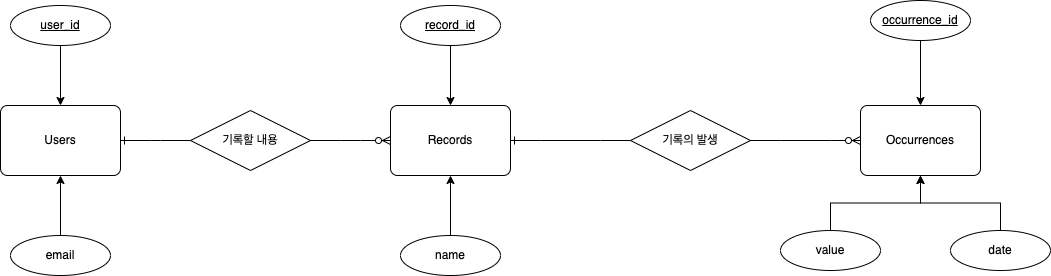
The draw.io diagram ERdiagram.png in MyNameIsTaeYeong/oh_server, before a commit. Source tidied: cells renumbered, new cells last; positions are measured from the earlier drawing's top-left corner, leaving out a move shared by most shapes. Source of this version:
```xml
<mxGraphModel>
  <root>
    <mxCell id="0" />
    <mxCell id="1" parent="0" />
    <mxCell id="2" value="Users" style="rounded=1;arcSize=10;whiteSpace=wrap;html=1;align=center;" parent="1" vertex="1">
      <mxGeometry y="105" width="120" height="70" as="geometry" />
    </mxCell>
    <mxCell id="3" value="Records" style="rounded=1;arcSize=10;whiteSpace=wrap;html=1;align=center;" parent="1" vertex="1">
      <mxGeometry x="390" y="105" width="120" height="70" as="geometry" />
    </mxCell>
    <mxCell id="4" style="edgeStyle=orthogonalEdgeStyle;rounded=0;jettySize=auto;html=1;" parent="1" edge="1" source="5" target="2">
      <mxGeometry relative="1" as="geometry" />
    </mxCell>
    <mxCell id="5" value="user_id" style="ellipse;whiteSpace=wrap;html=1;align=center;fontStyle=4;" parent="1" vertex="1">
      <mxGeometry x="10" y="5" width="100" height="40" as="geometry" />
    </mxCell>
    <mxCell id="6" style="edgeStyle=orthogonalEdgeStyle;rounded=0;jettySize=auto;html=1;" parent="1" edge="1" source="7" target="2">
      <mxGeometry relative="1" as="geometry" />
    </mxCell>
    <mxCell id="7" value="email" style="ellipse;whiteSpace=wrap;html=1;align=center;" parent="1" vertex="1">
      <mxGeometry x="10" y="235" width="100" height="40" as="geometry" />
    </mxCell>
    <mxCell id="8" style="edgeStyle=orthogonalEdgeStyle;rounded=0;jettySize=auto;html=1;" parent="1" edge="1" source="9" target="3">
      <mxGeometry relative="1" as="geometry" />
    </mxCell>
    <mxCell id="9" value="record_id" style="ellipse;whiteSpace=wrap;html=1;align=center;fontStyle=4;" parent="1" vertex="1">
      <mxGeometry x="400" y="5" width="100" height="40" as="geometry" />
    </mxCell>
    <mxCell id="10" style="edgeStyle=orthogonalEdgeStyle;rounded=0;jettySize=auto;html=1;" parent="1" edge="1" source="11" target="3">
      <mxGeometry relative="1" as="geometry" />
    </mxCell>
    <mxCell id="11" value="name" style="ellipse;whiteSpace=wrap;html=1;align=center;" parent="1" vertex="1">
      <mxGeometry x="400" y="235" width="100" height="40" as="geometry" />
    </mxCell>
    <mxCell id="12" value="Occurrences" style="rounded=1;arcSize=10;whiteSpace=wrap;html=1;align=center;" parent="1" vertex="1">
      <mxGeometry x="860" y="105" width="120" height="70" as="geometry" />
    </mxCell>
    <mxCell id="13" value="기록할 내용" style="shape=rhombus;perimeter=rhombusPerimeter;whiteSpace=wrap;html=1;align=center;" parent="1" vertex="1">
      <mxGeometry x="190" y="110" width="120" height="60" as="geometry" />
    </mxCell>
    <mxCell id="14" style="edgeStyle=entityRelationEdgeStyle;fontSize=12;html=1;endArrow=ERzeroToMany;endFill=1;rounded=0;exitX=1;exitY=0.5;exitDx=0;exitDy=0;entryX=0;entryY=0.5;entryDx=0;entryDy=0;" parent="1" edge="1" source="13" target="3">
      <mxGeometry relative="1" as="geometry" />
    </mxCell>
    <mxCell id="15" style="edgeStyle=entityRelationEdgeStyle;fontSize=12;html=1;endArrow=ERone;endFill=1;rounded=0;entryX=1;entryY=0.5;entryDx=0;entryDy=0;exitX=0;exitY=0.5;exitDx=0;exitDy=0;" parent="1" edge="1" source="13" target="2">
      <mxGeometry relative="1" as="geometry" />
    </mxCell>
    <mxCell id="16" value="기록의 발생" style="shape=rhombus;perimeter=rhombusPerimeter;whiteSpace=wrap;html=1;align=center;" parent="1" vertex="1">
      <mxGeometry x="630" y="110" width="120" height="60" as="geometry" />
    </mxCell>
    <mxCell id="17" style="edgeStyle=entityRelationEdgeStyle;fontSize=12;html=1;endArrow=ERzeroToMany;endFill=1;rounded=0;exitX=1;exitY=0.5;exitDx=0;exitDy=0;entryX=0;entryY=0.5;entryDx=0;entryDy=0;" parent="1" edge="1" source="16" target="12">
      <mxGeometry relative="1" as="geometry" />
    </mxCell>
    <mxCell id="18" style="edgeStyle=entityRelationEdgeStyle;fontSize=12;html=1;endArrow=ERone;endFill=1;rounded=0;entryX=1;entryY=0.5;entryDx=0;entryDy=0;exitX=0;exitY=0.5;exitDx=0;exitDy=0;" parent="1" edge="1" source="16" target="3">
      <mxGeometry relative="1" as="geometry" />
    </mxCell>
    <mxCell id="19" style="edgeStyle=orthogonalEdgeStyle;rounded=0;jettySize=auto;html=1;entryX=0.5;entryY=1;entryDx=0;entryDy=0;" parent="1" edge="1" source="20" target="12">
      <mxGeometry relative="1" as="geometry" />
    </mxCell>
    <mxCell id="20" value="value" style="ellipse;whiteSpace=wrap;html=1;align=center;" parent="1" vertex="1">
      <mxGeometry x="780" y="230" width="100" height="40" as="geometry" />
    </mxCell>
    <mxCell id="21" style="edgeStyle=orthogonalEdgeStyle;rounded=0;jettySize=auto;html=1;" parent="1" edge="1" source="22" target="12">
      <mxGeometry relative="1" as="geometry" />
    </mxCell>
    <mxCell id="22" value="date" style="ellipse;whiteSpace=wrap;html=1;align=center;" parent="1" vertex="1">
      <mxGeometry x="950" y="230" width="100" height="40" as="geometry" />
    </mxCell>
    <mxCell id="23" style="edgeStyle=orthogonalEdgeStyle;rounded=0;jettySize=auto;html=1;entryX=0.5;entryY=0;entryDx=0;entryDy=0;" parent="1" edge="1" source="24" target="12">
      <mxGeometry relative="1" as="geometry" />
    </mxCell>
    <mxCell id="24" value="occurrence_id" style="ellipse;whiteSpace=wrap;html=1;align=center;fontStyle=4;" parent="1" vertex="1">
      <mxGeometry x="870" width="100" height="40" as="geometry" />
    </mxCell>
  </root>
</mxGraphModel>
```
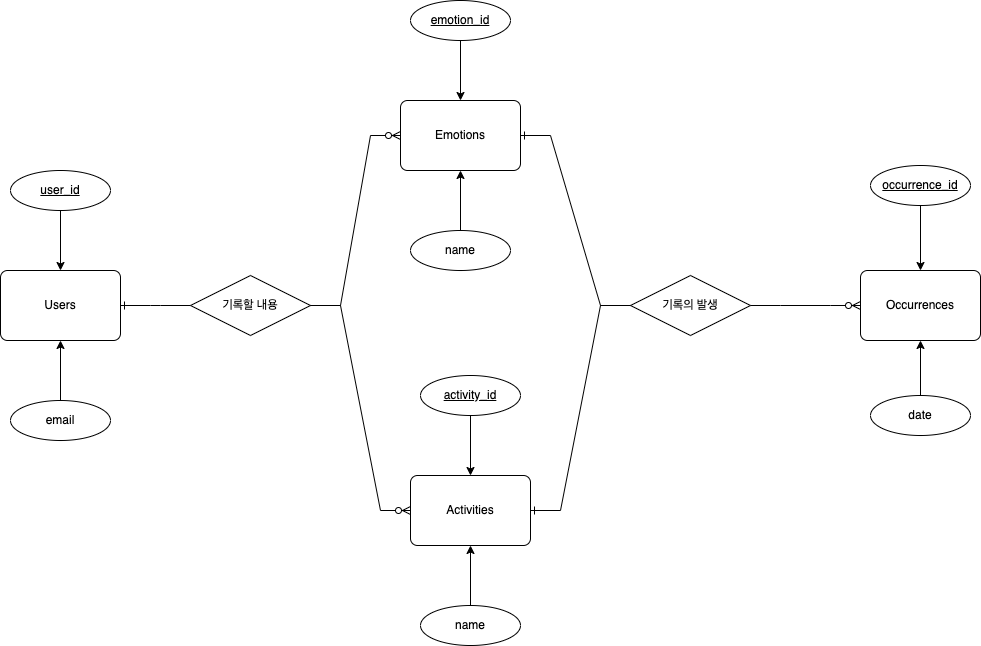
The same file after the commit.

The edit, as a diff of the source:
```diff
@@ -5,8 +5,8 @@
     <mxCell id="2" value="Users" style="rounded=1;arcSize=10;whiteSpace=wrap;html=1;align=center;" parent="1" vertex="1">
       <mxGeometry y="105" width="120" height="70" as="geometry" />
     </mxCell>
-    <mxCell id="3" value="Records" style="rounded=1;arcSize=10;whiteSpace=wrap;html=1;align=center;" parent="1" vertex="1">
-      <mxGeometry x="390" y="105" width="120" height="70" as="geometry" />
+    <mxCell id="3" value="Emotions" style="rounded=1;arcSize=10;whiteSpace=wrap;html=1;align=center;" parent="1" vertex="1">
+      <mxGeometry x="400" y="-65" width="120" height="70" as="geometry" />
     </mxCell>
     <mxCell id="4" style="edgeStyle=orthogonalEdgeStyle;rounded=0;jettySize=auto;html=1;" parent="1" edge="1" source="5" target="2">
       <mxGeometry relative="1" as="geometry" />
@@ -23,14 +23,14 @@
     <mxCell id="8" style="edgeStyle=orthogonalEdgeStyle;rounded=0;jettySize=auto;html=1;" parent="1" edge="1" source="9" target="3">
       <mxGeometry relative="1" as="geometry" />
     </mxCell>
-    <mxCell id="9" value="record_id" style="ellipse;whiteSpace=wrap;html=1;align=center;fontStyle=4;" parent="1" vertex="1">
-      <mxGeometry x="400" y="5" width="100" height="40" as="geometry" />
+    <mxCell id="9" value="emotion_id" style="ellipse;whiteSpace=wrap;html=1;align=center;fontStyle=4;" parent="1" vertex="1">
+      <mxGeometry x="410" y="-165" width="100" height="40" as="geometry" />
     </mxCell>
     <mxCell id="10" style="edgeStyle=orthogonalEdgeStyle;rounded=0;jettySize=auto;html=1;" parent="1" edge="1" source="11" target="3">
       <mxGeometry relative="1" as="geometry" />
     </mxCell>
     <mxCell id="11" value="name" style="ellipse;whiteSpace=wrap;html=1;align=center;" parent="1" vertex="1">
-      <mxGeometry x="400" y="235" width="100" height="40" as="geometry" />
+      <mxGeometry x="410" y="65" width="100" height="40" as="geometry" />
     </mxCell>
     <mxCell id="12" value="Occurrences" style="rounded=1;arcSize=10;whiteSpace=wrap;html=1;align=center;" parent="1" vertex="1">
       <mxGeometry x="860" y="105" width="120" height="70" as="geometry" />
@@ -53,17 +53,11 @@
     <mxCell id="18" style="edgeStyle=entityRelationEdgeStyle;fontSize=12;html=1;endArrow=ERone;endFill=1;rounded=0;entryX=1;entryY=0.5;entryDx=0;entryDy=0;exitX=0;exitY=0.5;exitDx=0;exitDy=0;" parent="1" edge="1" source="16" target="3">
       <mxGeometry relative="1" as="geometry" />
     </mxCell>
-    <mxCell id="19" style="edgeStyle=orthogonalEdgeStyle;rounded=0;jettySize=auto;html=1;entryX=0.5;entryY=1;entryDx=0;entryDy=0;" parent="1" edge="1" source="20" target="12">
-      <mxGeometry relative="1" as="geometry" />
-    </mxCell>
-    <mxCell id="20" value="value" style="ellipse;whiteSpace=wrap;html=1;align=center;" parent="1" vertex="1">
-      <mxGeometry x="780" y="230" width="100" height="40" as="geometry" />
-    </mxCell>
     <mxCell id="21" style="edgeStyle=orthogonalEdgeStyle;rounded=0;jettySize=auto;html=1;" parent="1" edge="1" source="22" target="12">
       <mxGeometry relative="1" as="geometry" />
     </mxCell>
     <mxCell id="22" value="date" style="ellipse;whiteSpace=wrap;html=1;align=center;" parent="1" vertex="1">
-      <mxGeometry x="950" y="230" width="100" height="40" as="geometry" />
+      <mxGeometry x="870" y="230" width="100" height="40" as="geometry" />
     </mxCell>
     <mxCell id="23" style="edgeStyle=orthogonalEdgeStyle;rounded=0;jettySize=auto;html=1;entryX=0.5;entryY=0;entryDx=0;entryDy=0;" parent="1" edge="1" source="24" target="12">
       <mxGeometry relative="1" as="geometry" />
@@ -71,5 +65,26 @@
     <mxCell id="24" value="occurrence_id" style="ellipse;whiteSpace=wrap;html=1;align=center;fontStyle=4;" parent="1" vertex="1">
       <mxGeometry x="870" width="100" height="40" as="geometry" />
     </mxCell>
+    <mxCell id="25" value="Activities" style="rounded=1;arcSize=10;whiteSpace=wrap;html=1;align=center;" parent="1" vertex="1">
+      <mxGeometry x="410" y="310" width="120" height="70" as="geometry" />
+    </mxCell>
+    <mxCell id="26" style="edgeStyle=orthogonalEdgeStyle;rounded=0;jettySize=auto;html=1;" parent="1" edge="1" source="27" target="25">
+      <mxGeometry relative="1" as="geometry" />
+    </mxCell>
+    <mxCell id="27" value="activity_id" style="ellipse;whiteSpace=wrap;html=1;align=center;fontStyle=4;" parent="1" vertex="1">
+      <mxGeometry x="420" y="210" width="100" height="40" as="geometry" />
+    </mxCell>
+    <mxCell id="28" style="edgeStyle=orthogonalEdgeStyle;rounded=0;jettySize=auto;html=1;" parent="1" edge="1" source="29" target="25">
+      <mxGeometry relative="1" as="geometry" />
+    </mxCell>
+    <mxCell id="29" value="name" style="ellipse;whiteSpace=wrap;html=1;align=center;" parent="1" vertex="1">
+      <mxGeometry x="420" y="440" width="100" height="40" as="geometry" />
+    </mxCell>
+    <mxCell id="30" style="edgeStyle=entityRelationEdgeStyle;fontSize=12;html=1;endArrow=ERzeroToMany;endFill=1;rounded=0;exitX=1;exitY=0.5;exitDx=0;exitDy=0;entryX=0;entryY=0.5;entryDx=0;entryDy=0;" parent="1" edge="1" source="13" target="25">
+      <mxGeometry relative="1" as="geometry" />
+    </mxCell>
+    <mxCell id="31" style="edgeStyle=entityRelationEdgeStyle;fontSize=12;html=1;endArrow=ERone;endFill=1;rounded=0;entryX=1;entryY=0.5;entryDx=0;entryDy=0;exitX=0;exitY=0.5;exitDx=0;exitDy=0;" parent="1" edge="1" source="16" target="25">
+      <mxGeometry relative="1" as="geometry" />
+    </mxCell>
   </root>
 </mxGraphModel>
```
